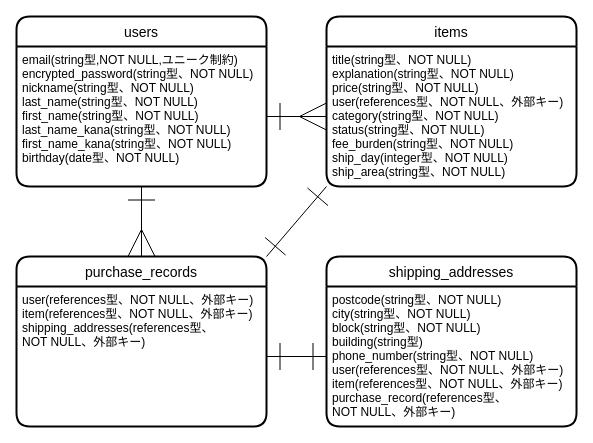
Earlier version of the draw.io diagram er.dio (koiazi100/furima-37982). Source tidied: cells renumbered, new cells numbered last; positions are measured from the earlier drawing's top-left corner, leaving out a move shared by most shapes. Both pictures are drawn from the tidied source at 100%, with x=0, y=0 at pixel (16, 16).
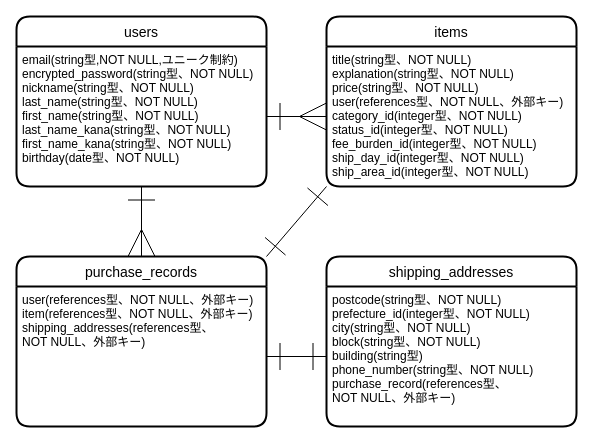
The same page after the edit.

Commit message (it also covers changes not shown here):
READ ME修正３

Change to the diagram source:
```diff
@@
 <mxGraphModel>
   <root>
     <mxCell id="0" />
     <mxCell id="1" parent="0" />
     <mxCell id="2" value="users" style="swimlane;horizontal=1;startSize=30;rounded=1;fontSize=14;fontStyle=0;strokeWidth=2;shadow=0;dashed=0;align=center;" parent="1" vertex="1">
       <mxGeometry width="250" height="170" as="geometry" />
     </mxCell>
     <mxCell id="3" value="email(string型,NOT NULL,ユニーク制約)&#10;encrypted_password(string型、NOT NULL)&#10;nickname(string型、NOT NULL)&#10;last_name(string型、NOT NULL)&#10;first_name(string型、NOT NULL)&#10;last_name_kana(string型、NOT NULL)&#10;first_name_kana(string型、NOT NULL)&#10;birthday(date型、NOT NULL)&#10;" style="align=left;strokeColor=none;fillColor=none;spacingLeft=4;fontSize=12;verticalAlign=top;" parent="2" vertex="1">
       <mxGeometry y="30" width="250" height="140" as="geometry" />
     </mxCell>
     <mxCell id="4" value="items" style="swimlane;horizontal=1;startSize=30;rounded=1;fontSize=14;fontStyle=0;strokeWidth=2;shadow=0;dashed=0;align=center;" parent="1" vertex="1">
       <mxGeometry x="310" width="250" height="170" as="geometry" />
     </mxCell>
-    <mxCell id="5" value="title(string型、NOT NULL)&#10;explanation(string型、NOT NULL)&#10;price(string型、NOT NULL)&#10;user(references型、NOT NULL、外部キー)&#10;category(string型、NOT NULL)&#10;status(string型、NOT NULL)&#10;fee_burden(string型、NOT NULL)&#10;ship_day(integer型、NOT NULL)&#10;ship_area(string型、NOT NULL)&#10;&#10;&#10;" style="align=left;strokeColor=none;fillColor=none;spacingLeft=4;fontSize=12;verticalAlign=top;" parent="4" vertex="1">
+    <mxCell id="5" value="title(string型、NOT NULL)&#10;explanation(string型、NOT NULL)&#10;price(string型、NOT NULL)&#10;user(references型、NOT NULL、外部キー)&#10;category_id(integer型、NOT NULL)&#10;status_id(integer型、NOT NULL)&#10;fee_burden_id(integer型、NOT NULL)&#10;ship_day_id(integer型、NOT NULL)&#10;ship_area_id(integer型、NOT NULL)&#10;&#10;&#10;" style="align=left;strokeColor=none;fillColor=none;spacingLeft=4;fontSize=12;verticalAlign=top;" parent="4" vertex="1">
       <mxGeometry y="30" width="250" height="140" as="geometry" />
     </mxCell>
     <mxCell id="6" style="edgeStyle=none;html=1;entryX=0;entryY=0.5;entryDx=0;entryDy=0;endArrow=ERmany;endFill=0;endSize=25;exitX=1;exitY=0.5;exitDx=0;exitDy=0;startArrow=ERone;startFill=0;startSize=25;" parent="1" edge="1" source="3" target="5">
       <mxGeometry relative="1" as="geometry" />
     </mxCell>
     <mxCell id="7" value="shipping_addresses" style="swimlane;horizontal=1;startSize=30;rounded=1;fontSize=14;fontStyle=0;strokeWidth=2;shadow=0;dashed=0;align=center;" parent="1" vertex="1">
       <mxGeometry x="310" y="240" width="250" height="170" as="geometry" />
     </mxCell>
-    <mxCell id="8" value="postcode(string型、NOT NULL)&#10;city(string型、NOT NULL)&#10;block(string型、NOT NULL)&#10;building(string型)&#10;phone_number(string型、NOT NULL)&#10;user(references型、NOT NULL、外部キー)&#10;item(references型、NOT NULL、外部キー)&#10;purchase_record(references型、&#10;NOT NULL、外部キー)" style="align=left;strokeColor=none;fillColor=none;spacingLeft=4;fontSize=12;verticalAlign=top;" parent="7" vertex="1">
+    <mxCell id="8" value="postcode(string型、NOT NULL)&#10;prefecture_id(integer型、NOT NULL)&#10;city(string型、NOT NULL)&#10;block(string型、NOT NULL)&#10;building(string型)&#10;phone_number(string型、NOT NULL)&#10;purchase_record(references型、&#10;NOT NULL、外部キー)" style="align=left;strokeColor=none;fillColor=none;spacingLeft=4;fontSize=12;verticalAlign=top;" parent="7" vertex="1">
       <mxGeometry y="30" width="250" height="140" as="geometry" />
     </mxCell>
     <mxCell id="9" value="purchase_records" style="swimlane;horizontal=1;startSize=30;rounded=1;fontSize=14;fontStyle=0;strokeWidth=2;shadow=0;dashed=0;align=center;" parent="1" vertex="1">
       <mxGeometry y="240" width="250" height="170" as="geometry" />
     </mxCell>
     <mxCell id="10" value="user(references型、NOT NULL、外部キー)&#10;item(references型、NOT NULL、外部キー)&#10;shipping_addresses(references型、&#10;NOT NULL、外部キー)" style="align=left;strokeColor=none;fillColor=none;spacingLeft=4;fontSize=12;verticalAlign=top;" parent="9" vertex="1">
       <mxGeometry y="30" width="250" height="140" as="geometry" />
     </mxCell>
     <mxCell id="11" style="edgeStyle=none;html=1;exitX=0.5;exitY=1;exitDx=0;exitDy=0;entryX=0.5;entryY=0;entryDx=0;entryDy=0;startArrow=ERone;startFill=0;endArrow=ERmany;endFill=0;startSize=25;endSize=25;" parent="1" edge="1" source="3" target="9">
       <mxGeometry relative="1" as="geometry" />
     </mxCell>
     <mxCell id="12" style="edgeStyle=none;html=1;entryX=1;entryY=0.5;entryDx=0;entryDy=0;startArrow=ERone;startFill=0;endArrow=ERone;endFill=0;startSize=25;endSize=25;" parent="1" edge="1" source="8" target="10">
       <mxGeometry relative="1" as="geometry" />
     </mxCell>
     <mxCell id="13" style="edgeStyle=none;html=1;exitX=0;exitY=1;exitDx=0;exitDy=0;entryX=1;entryY=0;entryDx=0;entryDy=0;startArrow=ERone;startFill=0;endArrow=ERone;endFill=0;startSize=25;endSize=25;" parent="1" edge="1" source="5" target="9">
       <mxGeometry relative="1" as="geometry" />
     </mxCell>
   </root>
 </mxGraphModel>
```
